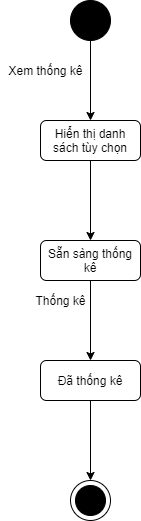
The draw.io diagram ToDoApp-Doc/Document/Diagram/State Machine Diagram/Statistics/Statistics_StateDiagram.png in Merevoli-DatLuu/To-Do-App, before a commit. Source tidied: cells renumbered, new cells last; positions are measured from the earlier drawing's top-left corner, leaving out a move shared by most shapes. The source it was exported from:
```xml
<mxGraphModel background="#FFFFFF">
  <root>
    <mxCell id="0" />
    <mxCell id="1" parent="0" />
    <mxCell id="2" style="edgeStyle=orthogonalEdgeStyle;rounded=0;jettySize=auto;html=1;entryX=0.5;entryY=0;entryDx=0;entryDy=0;" parent="1" edge="1" source="3" target="11">
      <mxGeometry relative="1" as="geometry" />
    </mxCell>
    <mxCell id="3" style="shape=ellipse;html=1;fillColor=#000000;fontSize=18;fontColor=#ffffff;" parent="1" vertex="1">
      <mxGeometry x="70" width="40" height="40" as="geometry" />
    </mxCell>
    <mxCell id="4" style="shape=mxgraph.sysml.actFinal;html=1;verticalLabelPosition=bottom;labelBackgroundColor=#ffffff;verticalAlign=top;" parent="1" vertex="1">
      <mxGeometry x="70" y="480" width="40" height="40" as="geometry" />
    </mxCell>
    <mxCell id="5" style="edgeStyle=orthogonalEdgeStyle;rounded=0;jettySize=auto;html=1;entryX=0.5;entryY=0;entryDx=0;entryDy=0;" parent="1" edge="1" source="6" target="8">
      <mxGeometry relative="1" as="geometry" />
    </mxCell>
    <mxCell id="6" value="Sẵn sàng thống kê" style="shape=rect;rounded=1;html=1;whiteSpace=wrap;align=center;" parent="1" vertex="1">
      <mxGeometry x="40" y="240" width="100" height="40" as="geometry" />
    </mxCell>
    <mxCell id="7" style="edgeStyle=orthogonalEdgeStyle;rounded=0;jettySize=auto;html=1;entryX=0.5;entryY=0;entryDx=0;entryDy=0;entryPerimeter=0;" parent="1" edge="1" source="8" target="4">
      <mxGeometry relative="1" as="geometry" />
    </mxCell>
    <mxCell id="8" value="Đã thống kê" style="shape=rect;rounded=1;html=1;whiteSpace=wrap;align=center;" parent="1" vertex="1">
      <mxGeometry x="40" y="360" width="100" height="40" as="geometry" />
    </mxCell>
    <mxCell id="9" value="Thống kê" style="text;html=1;align=center;verticalAlign=middle;" parent="1" vertex="1">
      <mxGeometry x="25" y="290" width="70" height="20" as="geometry" />
    </mxCell>
    <mxCell id="10" style="edgeStyle=orthogonalEdgeStyle;rounded=0;jettySize=auto;html=1;entryX=0.5;entryY=0;entryDx=0;entryDy=0;" parent="1" edge="1" source="11" target="6">
      <mxGeometry relative="1" as="geometry" />
    </mxCell>
    <mxCell id="11" value="Hiển thị danh sách tùy chọn" style="shape=rect;rounded=1;html=1;whiteSpace=wrap;align=center;" parent="1" vertex="1">
      <mxGeometry x="40" y="120" width="100" height="40" as="geometry" />
    </mxCell>
    <mxCell id="12" value="Xem thống kê" style="text;html=1;align=center;verticalAlign=middle;points=[];" parent="1" vertex="1">
      <mxGeometry y="60" width="90" height="20" as="geometry" />
    </mxCell>
  </root>
</mxGraphModel>
```
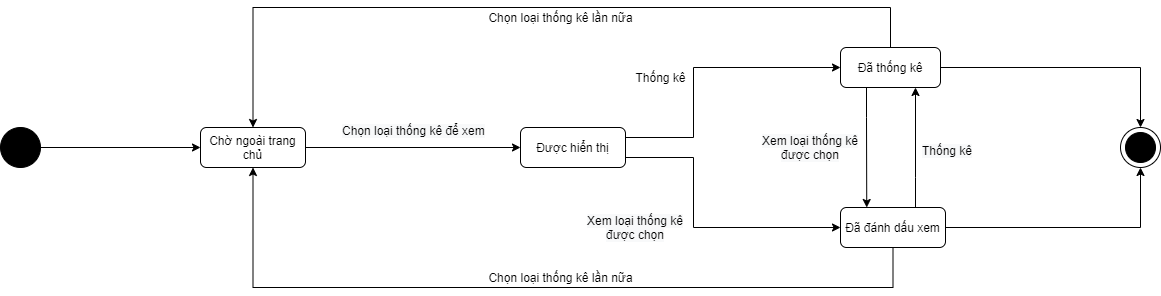
The same file after the commit.

Commit message:
[Modified] : Statistics_StateDiagram

What changed in the source:
```diff
@@ -2,38 +2,104 @@
   <root>
     <mxCell id="0" />
     <mxCell id="1" parent="0" />
-    <mxCell id="2" style="edgeStyle=orthogonalEdgeStyle;rounded=0;jettySize=auto;html=1;entryX=0.5;entryY=0;entryDx=0;entryDy=0;" parent="1" edge="1" source="3" target="11">
-      <mxGeometry relative="1" as="geometry" />
-    </mxCell>
+    <mxCell id="13" style="edgeStyle=orthogonalEdgeStyle;rounded=0;jettySize=auto;html=1;entryX=0;entryY=0.5;entryDx=0;entryDy=0;" parent="1" edge="1" source="3" target="12">
+      <mxGeometry relative="1" as="geometry" />
+    </mxCell>
     <mxCell id="3" style="shape=ellipse;html=1;fillColor=#000000;fontSize=18;fontColor=#ffffff;" parent="1" vertex="1">
-      <mxGeometry x="70" width="40" height="40" as="geometry" />
+      <mxGeometry x="-290" y="200" width="40" height="40" as="geometry" />
     </mxCell>
     <mxCell id="4" style="shape=mxgraph.sysml.actFinal;html=1;verticalLabelPosition=bottom;labelBackgroundColor=#ffffff;verticalAlign=top;" parent="1" vertex="1">
-      <mxGeometry x="70" y="480" width="40" height="40" as="geometry" />
+      <mxGeometry x="830" y="200" width="40" height="40" as="geometry" />
     </mxCell>
-    <mxCell id="5" style="edgeStyle=orthogonalEdgeStyle;rounded=0;jettySize=auto;html=1;entryX=0.5;entryY=0;entryDx=0;entryDy=0;" parent="1" edge="1" source="6" target="8">
-      <mxGeometry relative="1" as="geometry" />
-    </mxCell>
-    <mxCell id="6" value="Sẵn sàng thống kê" style="shape=rect;rounded=1;html=1;whiteSpace=wrap;align=center;" parent="1" vertex="1">
-      <mxGeometry x="40" y="240" width="100" height="40" as="geometry" />
-    </mxCell>
+    <mxCell id="14" style="edgeStyle=orthogonalEdgeStyle;rounded=0;jettySize=auto;html=1;entryX=0.25;entryY=0;entryDx=0;entryDy=0;" parent="1" edge="1" source="8" target="24">
+      <mxGeometry relative="1" as="geometry">
+        <Array as="points">
+          <mxPoint x="576" y="190" />
+          <mxPoint x="576" y="190" />
+        </Array>
+      </mxGeometry>
+    </mxCell>
+    <mxCell id="15" style="edgeStyle=orthogonalEdgeStyle;rounded=0;jettySize=auto;html=1;entryX=0.5;entryY=0;entryDx=0;entryDy=0;" parent="1" edge="1" source="8" target="12">
+      <mxGeometry relative="1" as="geometry">
+        <Array as="points">
+          <mxPoint x="600" y="80" />
+          <mxPoint x="-37" y="80" />
+        </Array>
+      </mxGeometry>
+    </mxCell>
     <mxCell id="7" style="edgeStyle=orthogonalEdgeStyle;rounded=0;jettySize=auto;html=1;entryX=0.5;entryY=0;entryDx=0;entryDy=0;entryPerimeter=0;" parent="1" edge="1" source="8" target="4">
       <mxGeometry relative="1" as="geometry" />
     </mxCell>
     <mxCell id="8" value="Đã thống kê" style="shape=rect;rounded=1;html=1;whiteSpace=wrap;align=center;" parent="1" vertex="1">
-      <mxGeometry x="40" y="360" width="100" height="40" as="geometry" />
+      <mxGeometry x="550" y="120" width="100" height="40" as="geometry" />
     </mxCell>
     <mxCell id="9" value="Thống kê" style="text;html=1;align=center;verticalAlign=middle;" parent="1" vertex="1">
-      <mxGeometry x="25" y="290" width="70" height="20" as="geometry" />
+      <mxGeometry x="335" y="140" width="70" height="20" as="geometry" />
     </mxCell>
-    <mxCell id="10" style="edgeStyle=orthogonalEdgeStyle;rounded=0;jettySize=auto;html=1;entryX=0.5;entryY=0;entryDx=0;entryDy=0;" parent="1" edge="1" source="11" target="6">
-      <mxGeometry relative="1" as="geometry" />
-    </mxCell>
-    <mxCell id="11" value="Hiển thị danh sách tùy chọn" style="shape=rect;rounded=1;html=1;whiteSpace=wrap;align=center;" parent="1" vertex="1">
-      <mxGeometry x="40" y="120" width="100" height="40" as="geometry" />
-    </mxCell>
+    <mxCell id="16" style="edgeStyle=orthogonalEdgeStyle;rounded=0;jettySize=auto;html=1;" parent="1" edge="1" source="12" target="19">
+      <mxGeometry relative="1" as="geometry" />
+    </mxCell>
-    <mxCell id="12" value="Xem thống kê" style="text;html=1;align=center;verticalAlign=middle;points=[];" parent="1" vertex="1">
-      <mxGeometry y="60" width="90" height="20" as="geometry" />
+    <mxCell id="12" value="Chờ ngoài trang chủ" style="shape=rect;rounded=1;html=1;whiteSpace=wrap;align=center;" parent="1" vertex="1">
+      <mxGeometry x="-90" y="200" width="105" height="40" as="geometry" />
     </mxCell>
+    <mxCell id="17" style="edgeStyle=orthogonalEdgeStyle;rounded=0;jettySize=auto;html=1;entryX=0;entryY=0.5;entryDx=0;entryDy=0;" parent="1" edge="1" source="19" target="8">
+      <mxGeometry relative="1" as="geometry">
+        <Array as="points">
+          <mxPoint x="403" y="210" />
+          <mxPoint x="403" y="140" />
+        </Array>
+      </mxGeometry>
+    </mxCell>
+    <mxCell id="18" style="edgeStyle=orthogonalEdgeStyle;rounded=0;jettySize=auto;html=1;entryX=0;entryY=0.5;entryDx=0;entryDy=0;" parent="1" edge="1" source="19" target="24">
+      <mxGeometry relative="1" as="geometry">
+        <Array as="points">
+          <mxPoint x="403" y="230" />
+          <mxPoint x="403" y="300" />
+        </Array>
+      </mxGeometry>
+    </mxCell>
+    <mxCell id="19" value="Được hiển thị" style="shape=rect;rounded=1;html=1;whiteSpace=wrap;align=center;" parent="1" vertex="1">
+      <mxGeometry x="230" y="200" width="105" height="40" as="geometry" />
+    </mxCell>
+    <mxCell id="20" value="&lt;span style=&quot;color: rgb(0 , 0 , 0) ; font-family: &amp;#34;helvetica&amp;#34; ; font-size: 12px ; font-style: normal ; font-weight: 400 ; letter-spacing: normal ; text-align: center ; text-indent: 0px ; text-transform: none ; word-spacing: 0px ; background-color: rgb(248 , 249 , 250) ; display: inline ; float: none&quot;&gt;Chọn loại thống kê để xem&lt;/span&gt;" style="text;whiteSpace=wrap;html=1;" parent="1" vertex="1">
+      <mxGeometry x="50" y="190" width="150" height="30" as="geometry" />
+    </mxCell>
+    <mxCell id="21" style="edgeStyle=orthogonalEdgeStyle;rounded=0;jettySize=auto;html=1;entryX=0.75;entryY=1;entryDx=0;entryDy=0;" parent="1" edge="1" source="24" target="8">
+      <mxGeometry relative="1" as="geometry">
+        <Array as="points">
+          <mxPoint x="625" y="250" />
+          <mxPoint x="625" y="250" />
+        </Array>
+      </mxGeometry>
+    </mxCell>
+    <mxCell id="22" style="edgeStyle=orthogonalEdgeStyle;rounded=0;jettySize=auto;html=1;entryX=0.5;entryY=1;entryDx=0;entryDy=0;" parent="1" edge="1" source="24" target="12">
+      <mxGeometry relative="1" as="geometry">
+        <Array as="points">
+          <mxPoint x="603" y="360" />
+          <mxPoint x="-37" y="360" />
+        </Array>
+      </mxGeometry>
+    </mxCell>
+    <mxCell id="23" style="edgeStyle=orthogonalEdgeStyle;rounded=0;jettySize=auto;html=1;entryX=0.5;entryY=1;entryDx=0;entryDy=0;entryPerimeter=0;" parent="1" edge="1" source="24" target="4">
+      <mxGeometry relative="1" as="geometry" />
+    </mxCell>
+    <mxCell id="24" value="Đã đánh dấu xem" style="shape=rect;rounded=1;html=1;whiteSpace=wrap;align=center;" parent="1" vertex="1">
+      <mxGeometry x="550" y="280" width="105" height="40" as="geometry" />
+    </mxCell>
+    <mxCell id="25" value="&lt;span style=&quot;color: rgb(0 , 0 , 0) ; font-family: &amp;#34;helvetica&amp;#34; ; font-size: 12px ; font-style: normal ; font-weight: 400 ; letter-spacing: normal ; text-indent: 0px ; text-transform: none ; word-spacing: 0px ; background-color: rgb(248 , 249 , 250) ; display: inline ; float: none&quot;&gt;Xem loại thống kê&lt;/span&gt;&lt;br style=&quot;color: rgb(0 , 0 , 0) ; font-family: &amp;#34;helvetica&amp;#34; ; font-size: 12px ; font-style: normal ; font-weight: 400 ; letter-spacing: normal ; text-indent: 0px ; text-transform: none ; word-spacing: 0px ; background-color: rgb(248 , 249 , 250)&quot;&gt;&lt;span style=&quot;color: rgb(0 , 0 , 0) ; font-family: &amp;#34;helvetica&amp;#34; ; font-size: 12px ; font-style: normal ; font-weight: 400 ; letter-spacing: normal ; text-indent: 0px ; text-transform: none ; word-spacing: 0px ; background-color: rgb(248 , 249 , 250) ; display: inline ; float: none&quot;&gt;được chọn&lt;/span&gt;" style="text;whiteSpace=wrap;html=1;align=center;" parent="1" vertex="1">
+      <mxGeometry x="285" y="280" width="120" height="40" as="geometry" />
+    </mxCell>
+    <mxCell id="26" value="&lt;span style=&quot;color: rgb(0 , 0 , 0) ; font-size: 12px ; font-style: normal ; font-weight: 400 ; letter-spacing: normal ; text-indent: 0px ; text-transform: none ; word-spacing: 0px ; font-family: &amp;#34;helvetica&amp;#34; ; background-color: rgb(248 , 249 , 250) ; display: inline ; float: none&quot;&gt;Xem loại thống kê&lt;/span&gt;&lt;br style=&quot;color: rgb(0 , 0 , 0) ; font-size: 12px ; font-style: normal ; font-weight: 400 ; letter-spacing: normal ; text-indent: 0px ; text-transform: none ; word-spacing: 0px ; font-family: &amp;#34;helvetica&amp;#34; ; background-color: rgb(248 , 249 , 250)&quot;&gt;&lt;span style=&quot;color: rgb(0 , 0 , 0) ; font-size: 12px ; font-style: normal ; font-weight: 400 ; letter-spacing: normal ; text-indent: 0px ; text-transform: none ; word-spacing: 0px ; font-family: &amp;#34;helvetica&amp;#34; ; background-color: rgb(248 , 249 , 250) ; display: inline ; float: none&quot;&gt;được chọn&lt;/span&gt;" style="text;whiteSpace=wrap;html=1;align=center;" parent="1" vertex="1">
+      <mxGeometry x="460" y="200" width="120" height="40" as="geometry" />
+    </mxCell>
+    <mxCell id="27" value="&lt;span style=&quot;color: rgb(0, 0, 0); font-family: helvetica; font-size: 12px; font-style: normal; font-weight: 400; letter-spacing: normal; text-align: center; text-indent: 0px; text-transform: none; word-spacing: 0px; background-color: rgb(248, 249, 250); display: inline; float: none;&quot;&gt;Thống kê&lt;/span&gt;" style="text;whiteSpace=wrap;html=1;" parent="1" vertex="1">
+      <mxGeometry x="630" y="210" width="60" height="20" as="geometry" />
+    </mxCell>
+    <mxCell id="28" value="&lt;span style=&quot;font-family: &amp;#34;helvetica&amp;#34;&quot;&gt;Chọn loại thống kê lần nữa&lt;/span&gt;" style="text;html=1;align=center;verticalAlign=middle;" parent="1" vertex="1">
+      <mxGeometry x="190" y="340" width="160" height="20" as="geometry" />
+    </mxCell>
+    <mxCell id="29" value="&lt;span style=&quot;font-family: &amp;#34;helvetica&amp;#34;&quot;&gt;Chọn loại thống kê lần nữa&lt;/span&gt;" style="text;html=1;align=center;verticalAlign=middle;" parent="1" vertex="1">
+      <mxGeometry x="190" y="80" width="160" height="20" as="geometry" />
+    </mxCell>
   </root>
 </mxGraphModel>
```
